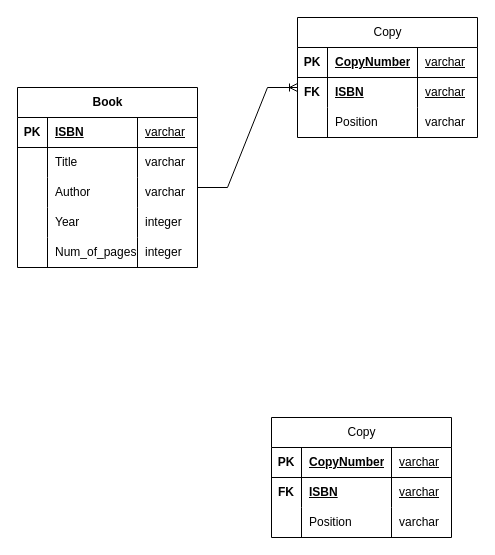
This is Диаграмма без названия.drawio from agirlwithcamomiles/testing_git, a draw.io file, before an edit. Source tidied: cells renumbered, new cells numbered last; positions are measured from the earlier drawing's top-left corner, leaving out a move shared by most shapes. Both pictures are drawn from the tidied source at 100%, with x=0, y=0 at pixel (17, 17).
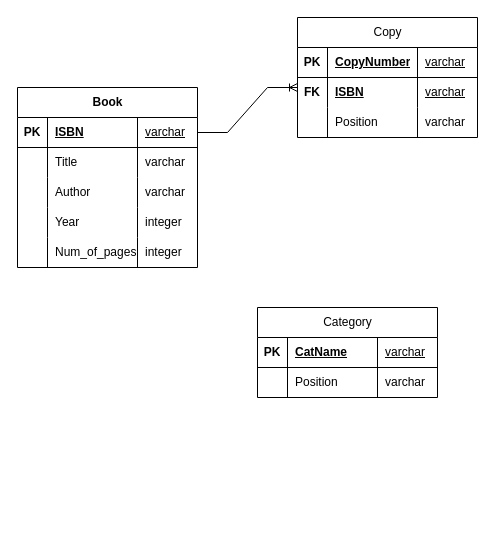
The same page after the edit.

Unchanged cells that the change refers to:
```xml
<mxCell id="3" style="shape=tableRow;horizontal=0;startSize=0;swimlaneHead=0;swimlaneBody=0;fillColor=none;points=[[0,0.5],[1,0.5]];portConstraint=eastwest;top=0;left=0;right=0;bottom=1;" parent="2" vertex="1">
  <mxGeometry y="30" width="180" height="30" as="geometry" />
</mxCell>
<mxCell id="38" style="shape=tableRow;horizontal=0;startSize=0;swimlaneHead=0;swimlaneBody=0;fillColor=none;top=0;left=0;right=0;bottom=1;" parent="37" vertex="1">
  <mxGeometry y="30" width="180" height="30" as="geometry" />
</mxCell>
```

Change to the diagram source:
```diff
@@
-    <mxCell id="23" style="edgeStyle=entityRelationEdgeStyle;fontSize=12;html=1;endArrow=ERoneToMany;rounded=0;" parent="1" edge="1">
+    <mxCell id="23" style="edgeStyle=entityRelationEdgeStyle;fontSize=12;html=1;endArrow=ERoneToMany;rounded=0;exitX=1;exitY=0.5;exitDx=0;exitDy=0;" parent="1" edge="1" source="3">
       <mxGeometry relative="1" as="geometry">
-        <mxPoint x="180" y="170" as="sourcePoint" />
         <mxPoint x="280" y="70" as="targetPoint" />
       </mxGeometry>
     </mxCell>
@@
-    <mxCell id="37" value="Copy" style="shape=table;startSize=30;childLayout=tableLayout;rowLines=0;fontStyle=0;align=center;html=1;" parent="1" vertex="1">
-      <mxGeometry x="254" y="400" width="180" height="120" as="geometry" />
+    <mxCell id="37" value="Category" style="shape=table;startSize=30;childLayout=tableLayout;rowLines=0;fontStyle=0;align=center;html=1;" parent="1" vertex="1">
+      <mxGeometry x="240" y="290" width="180" height="90" as="geometry" />
     </mxCell>
@@
-    <mxCell id="40" value="CopyNumber" style="shape=partialRectangle;fillColor=none;top=0;left=0;bottom=0;right=0;align=left;spacingLeft=6;fontStyle=5;overflow=hidden;whiteSpace=wrap;html=1;" parent="38" vertex="1">
+    <mxCell id="40" value="CatName" style="shape=partialRectangle;fillColor=none;top=0;left=0;bottom=0;right=0;align=left;spacingLeft=6;fontStyle=5;overflow=hidden;whiteSpace=wrap;html=1;" parent="38" vertex="1">
       <mxGeometry x="30" width="90" height="30" as="geometry" />
     </mxCell>
@@
-    <mxCell id="42" style="shape=tableRow;horizontal=0;startSize=0;swimlaneHead=0;swimlaneBody=0;fillColor=none;top=0;left=0;right=0;bottom=0;" parent="37" vertex="1">
-      <mxGeometry y="60" width="180" height="30" as="geometry" />
-    </mxCell>
-    <mxCell id="43" value="FK" style="shape=partialRectangle;fillColor=none;top=0;left=0;bottom=0;right=0;overflow=hidden;whiteSpace=wrap;html=1;perimeterSpacing=5;fontStyle=1;" parent="42" vertex="1">
-      <mxGeometry width="30" height="30" as="geometry" />
-    </mxCell>
-    <mxCell id="44" value="&lt;b&gt;&lt;u&gt;ISBN&lt;/u&gt;&lt;/b&gt;" style="shape=partialRectangle;fillColor=none;top=0;left=0;bottom=0;right=0;align=left;spacingLeft=6;overflow=hidden;whiteSpace=wrap;html=1;" parent="42" vertex="1">
-      <mxGeometry x="30" width="90" height="30" as="geometry" />
-    </mxCell>
-    <mxCell id="45" value="&lt;div&gt;&lt;span&gt;&lt;u&gt;varchar&lt;/u&gt;&lt;/span&gt;&lt;/div&gt;" style="shape=partialRectangle;fillColor=none;top=0;left=0;bottom=0;right=0;align=left;spacingLeft=6;overflow=hidden;whiteSpace=wrap;html=1;fontStyle=0;" parent="42" vertex="1">
-      <mxGeometry x="120" width="60" height="30" as="geometry" />
-    </mxCell>
     <mxCell id="46" style="shape=tableRow;horizontal=0;startSize=0;swimlaneHead=0;swimlaneBody=0;fillColor=none;top=0;left=0;right=0;bottom=0;" parent="37" vertex="1">
-      <mxGeometry y="90" width="180" height="30" as="geometry" />
+      <mxGeometry y="60" width="180" height="30" as="geometry" />
     </mxCell>
```
